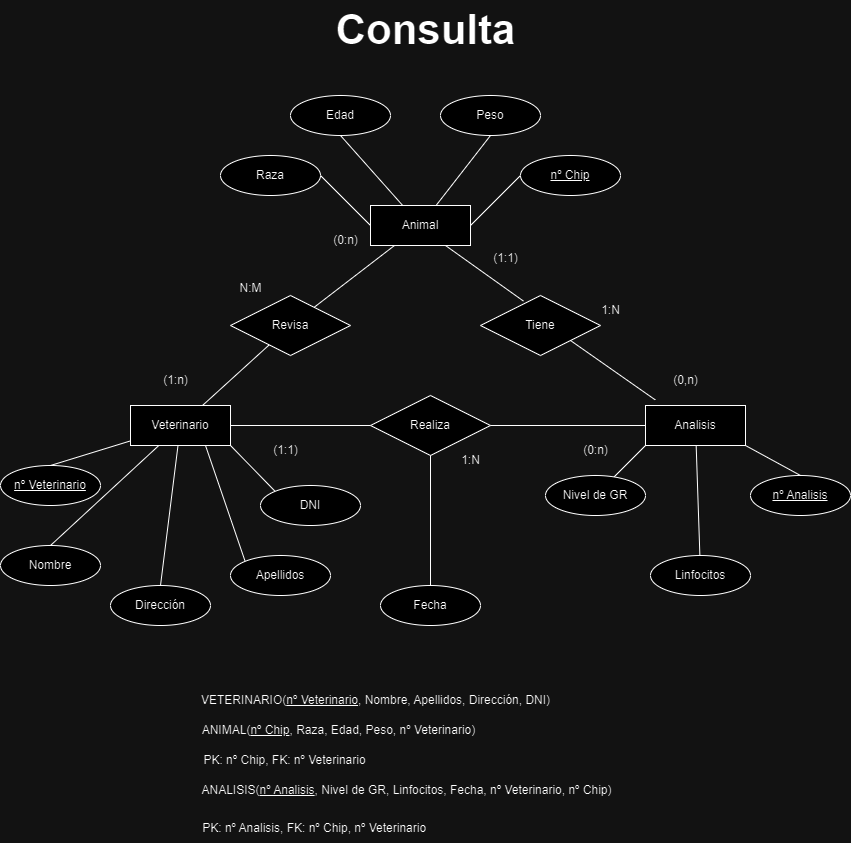
Earlier version of the draw.io export proyecto.drawio.png (anaijg/git-y-github). Source tidied: cells renumbered, new cells last; positions are measured from the earlier drawing's top-left corner, leaving out a move shared by most shapes.
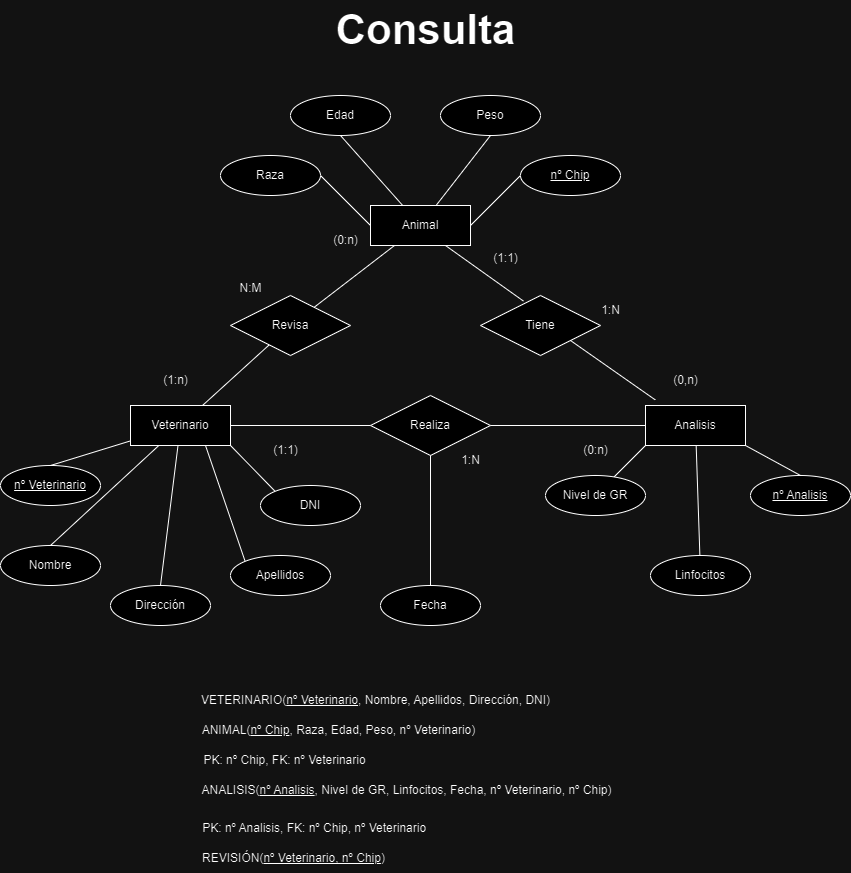
After the commit.

Commit message:
Revisado Ainara

What changed in the source:
```diff
@@ -164,5 +164,8 @@
     <mxCell id="55" value="&amp;nbsp;PK: nº Analisis, FK: nº Chip, nº Veterinario" style="text;html=1;align=center;verticalAlign=middle;strokeColor=none;fillColor=none;" parent="1" vertex="1">
       <mxGeometry x="187" y="813" width="250" height="30" as="geometry" />
     </mxCell>
+    <mxCell id="56" value="REVISIÓN(&lt;u&gt;nº Veterinario, nº Chip&lt;/u&gt;)" style="text;html=1;align=center;verticalAlign=middle;strokeColor=none;fillColor=none;" parent="1" vertex="1">
+      <mxGeometry x="188" y="843" width="210" height="30" as="geometry" />
+    </mxCell>
   </root>
 </mxGraphModel>
```
